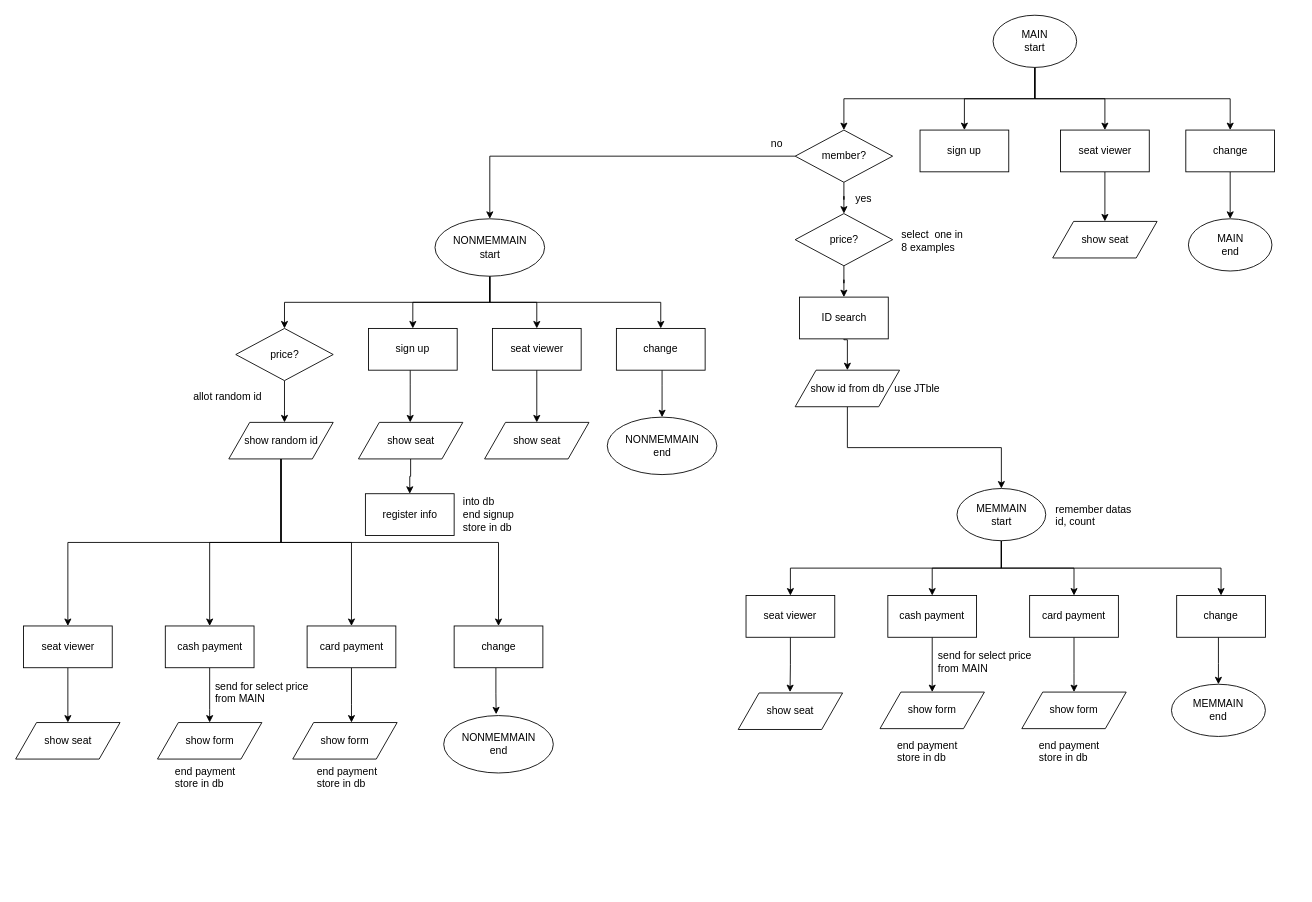
Before: Untitled Diagram.drawio in oechomuchim/first_project, a draw.io diagram. Source tidied: cells renumbered, new cells numbered last; positions are measured from the earlier drawing's top-left corner, leaving out a move shared by most shapes. Both pictures are drawn from the tidied source at 87%, with x=0, y=0 at pixel (16, 15).
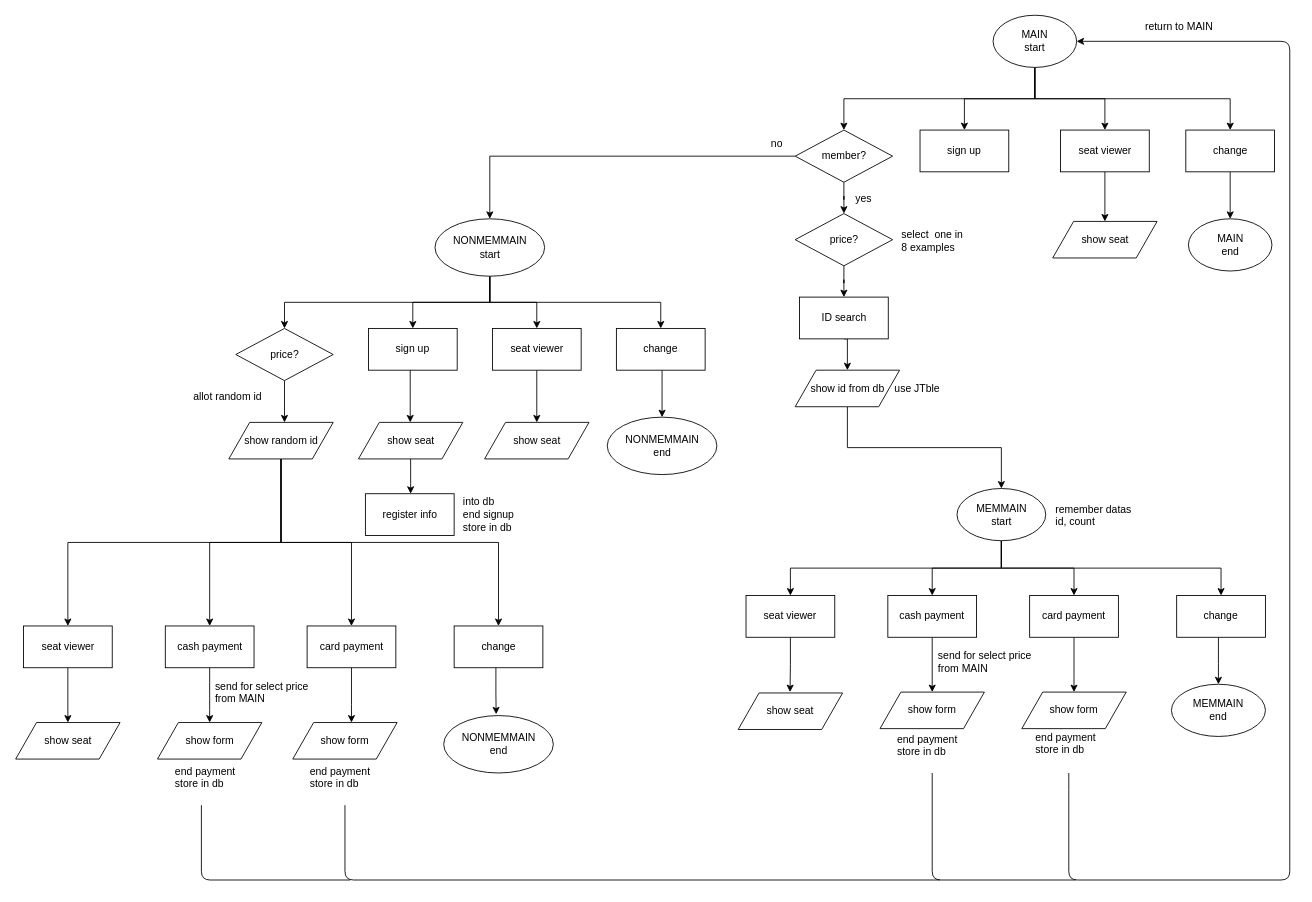
After the change.

Unchanged cells that the change refers to:
```xml
<mxCell id="6" value="MAIN&lt;br&gt;start&lt;br&gt;" style="ellipse;whiteSpace=wrap;html=1;" parent="1" vertex="1">
  <mxGeometry x="1123" width="96" height="60" as="geometry" />
</mxCell>
<mxCell id="30" value="ID search" style="rounded=0;whiteSpace=wrap;html=1;" parent="1" vertex="1">
  <mxGeometry x="900.5" y="324" width="102" height="48" as="geometry" />
</mxCell>
<mxCell id="32" value="show id from db" style="shape=parallelogram;perimeter=parallelogramPerimeter;whiteSpace=wrap;html=1;" parent="1" vertex="1">
  <mxGeometry x="895.5" y="408" width="120" height="42" as="geometry" />
</mxCell>
<mxCell id="82" value="show seat" style="shape=parallelogram;perimeter=parallelogramPerimeter;whiteSpace=wrap;html=1;" parent="1" vertex="1">
  <mxGeometry x="393.5" y="468" width="120" height="42" as="geometry" />
</mxCell>
<mxCell id="83" value="register info" style="rounded=0;whiteSpace=wrap;html=1;" parent="1" vertex="1">
  <mxGeometry x="401.5" y="550" width="102" height="48" as="geometry" />
</mxCell>
```

Change to the diagram source:
```diff
@@
     <mxCell id="29" style="edgeStyle=orthogonalEdgeStyle;rounded=0;jettySize=auto;html=1;exitX=0.5;exitY=1;exitDx=0;exitDy=0;entryX=0.5;entryY=0;entryDx=0;entryDy=0;" parent="1" edge="1" source="30" target="32">
-      <mxGeometry relative="1" as="geometry">
-        <Array as="points">
-          <mxPoint x="955" y="373" />
-        </Array>
-      </mxGeometry>
+      <mxGeometry relative="1" as="geometry" />
     </mxCell>
@@
     <mxCell id="60" value="end payment&lt;br&gt;store in db&amp;nbsp;&lt;br&gt;&lt;br&gt;" style="text;html=1;points=[];align=left;verticalAlign=top;spacingTop=-4;" parent="1" vertex="1">
-      <mxGeometry x="1011" y="830" width="84" height="48" as="geometry" />
+      <mxGeometry x="1011" y="823" width="84" height="48" as="geometry" />
     </mxCell>
@@
     <mxCell id="81" style="edgeStyle=orthogonalEdgeStyle;rounded=0;jettySize=auto;html=1;" parent="1" edge="1" source="82" target="83">
-      <mxGeometry relative="1" as="geometry" />
+      <mxGeometry relative="1" as="geometry">
+        <Array as="points">
+          <mxPoint x="454" y="538" />
+          <mxPoint x="454" y="538" />
+        </Array>
+      </mxGeometry>
     </mxCell>
@@
     <mxCell id="85" value="end payment&lt;br&gt;store in db&amp;nbsp;&lt;br&gt;&lt;br&gt;" style="text;html=1;align=left;verticalAlign=top;spacingTop=-4;" parent="1" vertex="1">
-      <mxGeometry x="1174" y="830" width="84" height="48" as="geometry" />
+      <mxGeometry x="1169.5" y="821" width="84" height="48" as="geometry" />
     </mxCell>
@@
     <mxCell id="87" value="end payment&lt;br&gt;store in db&amp;nbsp;&lt;br&gt;&lt;br&gt;" style="text;html=1;points=[];align=left;verticalAlign=top;spacingTop=-4;" parent="1" vertex="1">
-      <mxGeometry x="343.5" y="860" width="84" height="48" as="geometry" />
+      <mxGeometry x="336" y="860" width="84" height="48" as="geometry" />
     </mxCell>
+    <mxCell id="88" style="endArrow=classic;html=1;entryX=1;entryY=0.5;entryDx=0;entryDy=0;" parent="1" edge="1" target="6">
+      <mxGeometry relative="1" as="geometry">
+        <mxPoint x="1210" y="871" as="sourcePoint" />
+        <Array as="points">
+          <mxPoint x="1210" y="880" />
+          <mxPoint x="1210" y="994" />
+          <mxPoint x="1464" y="994" />
+          <mxPoint x="1464" y="30" />
+        </Array>
+      </mxGeometry>
+    </mxCell>
+    <mxCell id="89" value="return to MAIN" style="text;html=1;align=left;verticalAlign=top;spacingTop=-4;" parent="1" vertex="1">
+      <mxGeometry x="1296" y="4" width="96" height="18" as="geometry" />
+    </mxCell>
+    <mxCell id="90" style="endArrow=none;html=1;" parent="1" edge="1" target="60">
+      <mxGeometry relative="1" as="geometry">
+        <mxPoint x="1218" y="994" as="sourcePoint" />
+        <Array as="points">
+          <mxPoint x="1053" y="994" />
+        </Array>
+      </mxGeometry>
+    </mxCell>
+    <mxCell id="91" style="endArrow=none;html=1;" parent="1" edge="1" target="87">
+      <mxGeometry relative="1" as="geometry">
+        <mxPoint x="1062" y="994" as="sourcePoint" />
+        <Array as="points">
+          <mxPoint x="378" y="994" />
+        </Array>
+      </mxGeometry>
+    </mxCell>
+    <mxCell id="92" style="endArrow=none;html=1;" parent="1" edge="1">
+      <mxGeometry relative="1" as="geometry">
+        <mxPoint x="384" y="994" as="sourcePoint" />
+        <mxPoint x="213" y="908" as="targetPoint" />
+        <Array as="points">
+          <mxPoint x="213" y="994" />
+        </Array>
+      </mxGeometry>
+    </mxCell>
```
